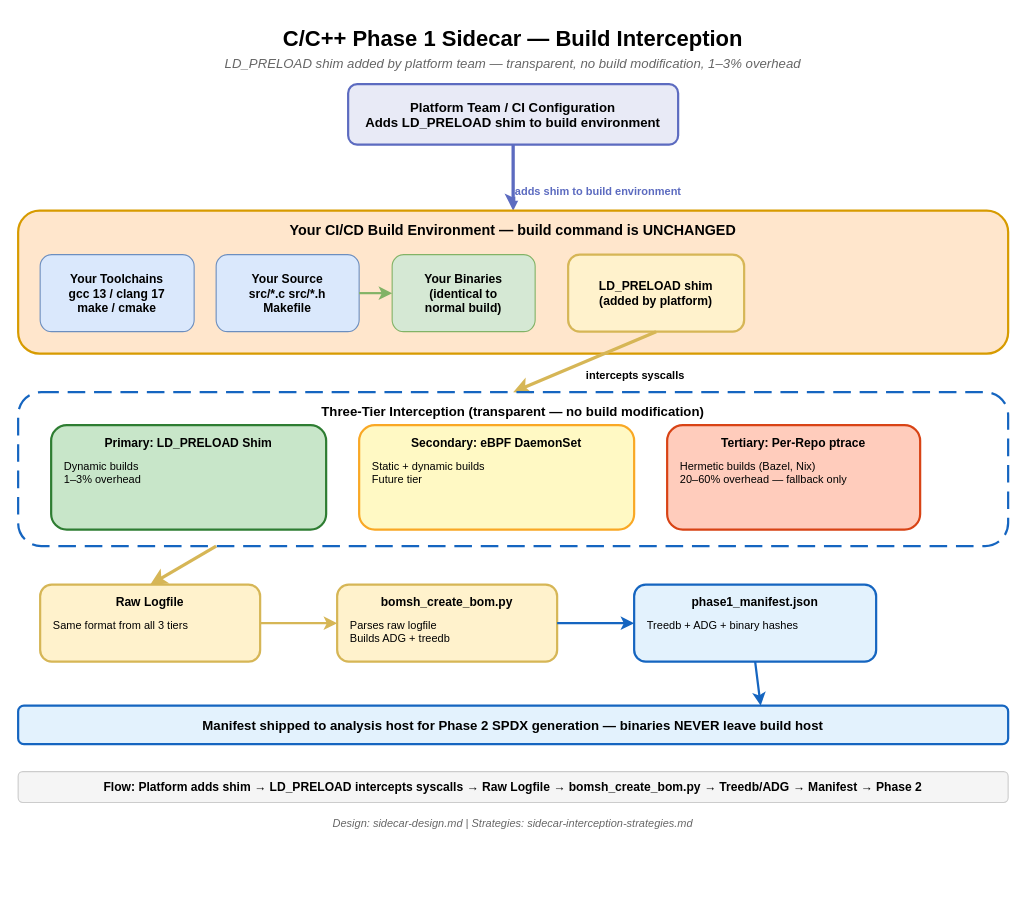
Earlier version of the draw.io diagram docs/sidecar/c-cpp/c-cpp-sidecar-mode.drawio (tedg-dev/bisbom-gen). Source tidied: cells renumbered, new cells numbered last; positions are measured from the earlier drawing's top-left corner, leaving out a move shared by most shapes. Both pictures are drawn from the tidied source at 110%, with x=0, y=0 at pixel (18, 18).
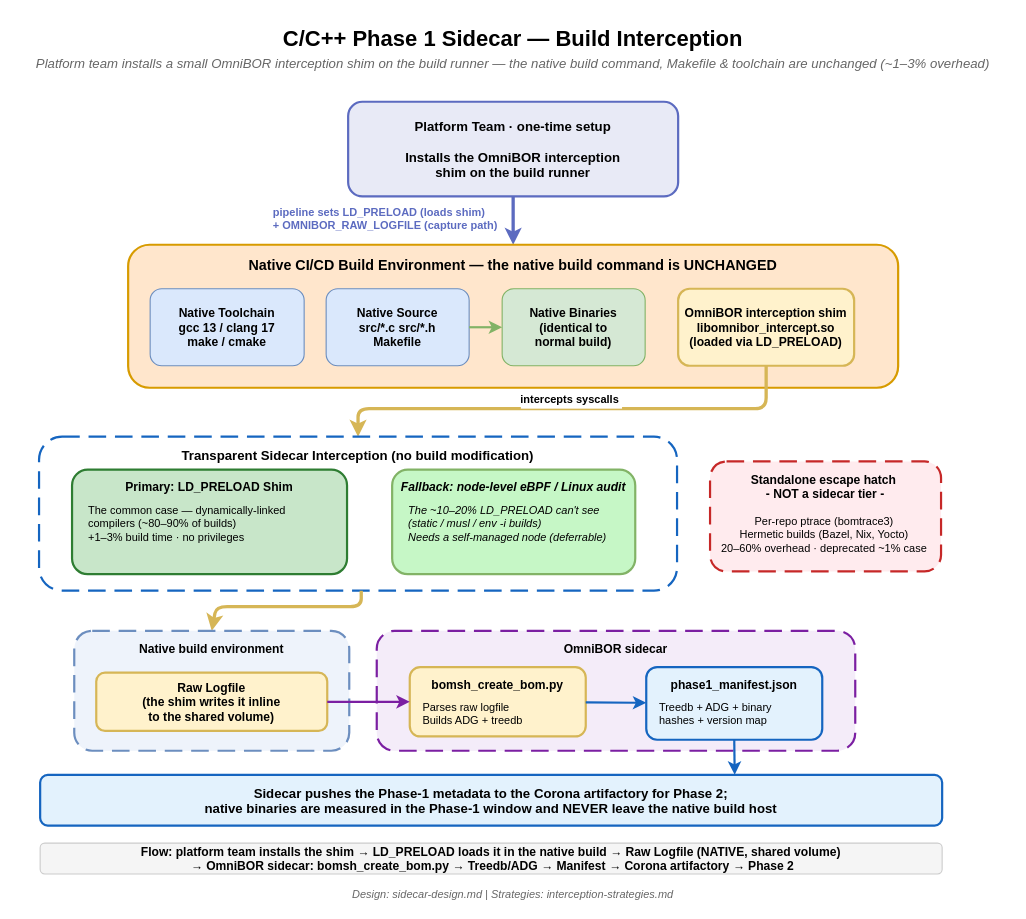
Above is the later version.

The edit, as a diff of the source:
```diff
@@
-    <mxCell id="3" value="LD_PRELOAD shim added by platform team — transparent, no build modification, 1–3% overhead" style="text;fontSize=12;fontStyle=2;align=center;fillColor=none;strokeColor=none;fontColor=#666666;" parent="1" vertex="1">
+    <mxCell id="3" value="Platform team installs a small OmniBOR interception shim on the build runner — the native build command, Makefile &amp; toolchain are unchanged (~1–3% overhead)" style="text;fontSize=12;fontStyle=2;align=center;fillColor=none;strokeColor=none;fontColor=#666666;" parent="1" vertex="1">
       <mxGeometry x="75" y="28" width="750" height="18" as="geometry" />
     </mxCell>
-    <mxCell id="4" value="Platform Team / CI Configuration&#10;Adds LD_PRELOAD shim to build environment" style="rounded=1;fillColor=#e8eaf6;strokeColor=#5c6bc0;strokeWidth=2;fontSize=12;fontStyle=1;verticalAlign=middle;align=center;" parent="1" vertex="1">
-      <mxGeometry x="300" y="60" width="300" height="55" as="geometry" />
+    <mxCell id="4" value="Platform Team · one-time setup&#10;&#10;Installs the OmniBOR interception&#10;shim on the build runner" style="rounded=1;fillColor=#e8eaf6;strokeColor=#5c6bc0;strokeWidth=2;fontSize=12;fontStyle=1;verticalAlign=middle;align=center;" parent="1" vertex="1">
+      <mxGeometry x="300" y="76" width="300" height="86" as="geometry" />
     </mxCell>
-    <mxCell id="5" style="endArrow=classic;strokeColor=#5c6bc0;strokeWidth=3;exitX=0.5;exitY=1;exitDx=0;exitDy=0;entryX=0.5;entryY=0;entryDx=0;entryDy=0;" parent="1" edge="1" source="4" target="7">
+    <mxCell id="5" style="endArrow=classic;strokeColor=#5c6bc0;strokeWidth=3;entryX=0.5;entryY=0;entryDx=0;entryDy=0;" parent="1" edge="1" source="4" target="7">
       <mxGeometry relative="1" as="geometry" />
     </mxCell>
-    <mxCell id="6" value="adds shim to build environment" style="edgeLabel;fontSize=10;fillColor=#FFFFFF;strokeColor=none;fontStyle=1;fontColor=#5c6bc0;" parent="5" vertex="1">
-      <mxGeometry relative="1" as="geometry" />
+    <mxCell id="6" value="pipeline sets LD_PRELOAD (loads shim)&#10;+ OMNIBOR_RAW_LOGFILE (capture path)" style="edgeLabel;fontSize=10;fillColor=#FFFFFF;strokeColor=none;fontStyle=1;fontColor=#5c6bc0;" parent="5" vertex="1">
+      <mxGeometry relative="1" as="geometry">
+        <mxPoint x="-220" y="-20" as="offset" />
+      </mxGeometry>
     </mxCell>
-    <mxCell id="7" value="Your CI/CD Build Environment — build command is UNCHANGED" style="rounded=1;fillColor=#ffe6cc;strokeColor=#d79b00;strokeWidth=2;fontSize=13;fontStyle=1;verticalAlign=top;align=center;spacingTop=4;" parent="1" vertex="1">
-      <mxGeometry y="175" width="900" height="130" as="geometry" />
+    <mxCell id="7" value="Native CI/CD Build Environment — the native build command is UNCHANGED" style="rounded=1;fillColor=#ffe6cc;strokeColor=#d79b00;strokeWidth=2;fontSize=13;fontStyle=1;verticalAlign=top;align=center;spacingTop=4;" parent="1" vertex="1">
+      <mxGeometry x="100" y="206" width="700" height="130" as="geometry" />
     </mxCell>
-    <mxCell id="8" value="Your Toolchains&#10;gcc 13 / clang 17&#10;make / cmake" style="rounded=1;fillColor=#dae8fc;strokeColor=#6c8ebf;fontSize=11;fontStyle=1;verticalAlign=middle;align=center;" parent="1" vertex="1">
-      <mxGeometry x="20" y="215" width="140" height="70" as="geometry" />
+    <mxCell id="8" value="Native Toolchain&#10;gcc 13 / clang 17&#10;make / cmake" style="rounded=1;fillColor=#dae8fc;strokeColor=#6c8ebf;fontSize=11;fontStyle=1;verticalAlign=middle;align=center;" parent="1" vertex="1">
+      <mxGeometry x="120" y="246" width="140" height="70" as="geometry" />
     </mxCell>
-    <mxCell id="9" value="Your Source&#10;src/*.c src/*.h&#10;Makefile" style="rounded=1;fillColor=#dae8fc;strokeColor=#6c8ebf;fontSize=11;fontStyle=1;verticalAlign=middle;align=center;" parent="1" vertex="1">
-      <mxGeometry x="180" y="215" width="130" height="70" as="geometry" />
+    <mxCell id="9" value="Native Source&#10;src/*.c src/*.h&#10;Makefile" style="rounded=1;fillColor=#dae8fc;strokeColor=#6c8ebf;fontSize=11;fontStyle=1;verticalAlign=middle;align=center;" parent="1" vertex="1">
+      <mxGeometry x="280" y="246" width="130" height="70" as="geometry" />
     </mxCell>
-    <mxCell id="10" value="Your Binaries&#10;(identical to&#10;normal build)" style="rounded=1;fillColor=#d5e8d4;strokeColor=#82b366;fontSize=11;fontStyle=1;verticalAlign=middle;align=center;" parent="1" vertex="1">
-      <mxGeometry x="340" y="215" width="130" height="70" as="geometry" />
+    <mxCell id="10" value="Native Binaries&#10;(identical to&#10;normal build)" style="rounded=1;fillColor=#d5e8d4;strokeColor=#82b366;fontSize=11;fontStyle=1;verticalAlign=middle;align=center;" parent="1" vertex="1">
+      <mxGeometry x="440" y="246" width="130" height="70" as="geometry" />
     </mxCell>
-    <mxCell id="11" value="LD_PRELOAD shim&#10;(added by platform)" style="rounded=1;fillColor=#fff2cc;strokeColor=#d6b656;strokeWidth=2;fontSize=11;fontStyle=1;verticalAlign=middle;align=center;" parent="1" vertex="1">
-      <mxGeometry x="500" y="215" width="160" height="70" as="geometry" />
+    <mxCell id="11" value="OmniBOR interception shim&#10;libomnibor_intercept.so&#10;(loaded via LD_PRELOAD)" style="rounded=1;fillColor=#fff2cc;strokeColor=#d6b656;strokeWidth=2;fontSize=11;fontStyle=1;verticalAlign=middle;align=center;" parent="1" vertex="1">
+      <mxGeometry x="600" y="246" width="160" height="70" as="geometry" />
     </mxCell>
@@
     <mxCell id="13" style="endArrow=classic;strokeColor=#d6b656;strokeWidth=3;exitX=0.5;exitY=1;exitDx=0;exitDy=0;entryX=0.5;entryY=0;entryDx=0;entryDy=0;" parent="1" edge="1" source="11" target="15">
-      <mxGeometry relative="1" as="geometry" />
+      <mxGeometry relative="1" as="geometry">
+        <Array as="points">
+          <mxPoint x="680" y="355" />
+          <mxPoint x="309" y="355" />
+        </Array>
+      </mxGeometry>
     </mxCell>
     <mxCell id="14" value="intercepts syscalls" style="edgeLabel;fontSize=10;fillColor=#FFFFFF;strokeColor=none;fontStyle=1;" parent="13" vertex="1">
-      <mxGeometry relative="1" as="geometry" />
+      <mxGeometry relative="1" as="geometry">
+        <mxPoint x="-46" y="-21" as="offset" />
+      </mxGeometry>
     </mxCell>
-    <mxCell id="15" value="Three-Tier Interception (transparent — no build modification)" style="rounded=1;fillColor=none;strokeColor=#1565c0;strokeWidth=2;dashed=1;dashPattern=8 4;fontSize=12;fontStyle=1;verticalAlign=top;align=center;spacingTop=4;" parent="1" vertex="1">
-      <mxGeometry y="340" width="900" height="140" as="geometry" />
+    <mxCell id="15" value="Transparent Sidecar Interception (no build modification)" style="rounded=1;fillColor=none;strokeColor=#1565c0;strokeWidth=2;dashed=1;dashPattern=8 4;fontSize=12;fontStyle=1;verticalAlign=top;align=center;spacingTop=4;" parent="1" vertex="1">
+      <mxGeometry x="19" y="380.5" width="580" height="140" as="geometry" />
     </mxCell>
     <mxCell id="16" value="Primary: LD_PRELOAD Shim" style="rounded=1;fillColor=#c8e6c9;strokeColor=#2e7d32;strokeWidth=2;fontSize=11;fontStyle=1;verticalAlign=top;align=center;spacingTop=3;" parent="1" vertex="1">
-      <mxGeometry x="30" y="370" width="250" height="95" as="geometry" />
+      <mxGeometry x="49" y="410.5" width="250" height="95" as="geometry" />
     </mxCell>
-    <mxCell id="17" value="Dynamic builds&#10;1–3% overhead" style="text;fontSize=10;align=left;fillColor=none;strokeColor=none;spacingLeft=5;" parent="1" vertex="1">
-      <mxGeometry x="35" y="395" width="240" height="45" as="geometry" />
+    <mxCell id="17" value="The common case — dynamically-linked&#10;compilers (~80–90% of builds)&#10;+1–3% build time · no privileges" style="text;fontSize=10;align=left;fillColor=none;strokeColor=none;spacingLeft=5;" parent="1" vertex="1">
+      <mxGeometry x="57" y="435.5" width="203" height="55" as="geometry" />
     </mxCell>
-    <mxCell id="18" value="Secondary: eBPF DaemonSet" style="rounded=1;fillColor=#fff9c4;strokeColor=#f9a825;strokeWidth=2;fontSize=11;fontStyle=1;verticalAlign=top;align=center;spacingTop=3;" parent="1" vertex="1">
-      <mxGeometry x="310" y="370" width="250" height="95" as="geometry" />
+    <mxCell id="18" value="Fallback: node-level eBPF / Linux audit" style="rounded=1;fillColor=#C6F7C6;strokeColor=#82b366;strokeWidth=2;fontSize=11;fontStyle=3;verticalAlign=top;align=center;spacingTop=3;" parent="1" vertex="1">
+      <mxGeometry x="340" y="410.5" width="221" height="95" as="geometry" />
     </mxCell>
-    <mxCell id="19" value="Static + dynamic builds&#10;Future tier" style="text;fontSize=10;align=left;fillColor=none;strokeColor=none;spacingLeft=5;" parent="1" vertex="1">
-      <mxGeometry x="315" y="395" width="240" height="45" as="geometry" />
+    <mxCell id="19" value="The ~10–20% LD_PRELOAD can't see&#10;(static / musl / env -i builds)&#10;Needs a self-managed node (deferrable)" style="text;fontSize=10;align=left;fillColor=none;strokeColor=none;spacingLeft=5;fontStyle=2;" parent="1" vertex="1">
+      <mxGeometry x="348" y="435.5" width="213" height="55" as="geometry" />
     </mxCell>
-    <mxCell id="20" value="Tertiary: Per-Repo ptrace" style="rounded=1;fillColor=#ffccbc;strokeColor=#d84315;strokeWidth=2;fontSize=11;fontStyle=1;verticalAlign=top;align=center;spacingTop=3;" parent="1" vertex="1">
-      <mxGeometry x="590" y="370" width="230" height="95" as="geometry" />
+    <mxCell id="20" value="Standalone escape hatch &#10;- NOT a sidecar tier -" style="rounded=1;fillColor=#ffebee;strokeColor=#c62828;strokeWidth=2;dashed=1;dashPattern=8 4;fontSize=11;fontStyle=1;verticalAlign=top;align=center;spacingTop=4;" parent="1" vertex="1">
+      <mxGeometry x="629" y="403" width="210" height="100" as="geometry" />
     </mxCell>
-    <mxCell id="21" value="Hermetic builds (Bazel, Nix)&#10;20–60% overhead — fallback only" style="text;fontSize=10;align=left;fillColor=none;strokeColor=none;spacingLeft=5;" parent="1" vertex="1">
-      <mxGeometry x="595" y="395" width="220" height="45" as="geometry" />
+    <mxCell id="21" value="Per-repo ptrace (bomtrace3)&#10;Hermetic builds (Bazel, Nix, Yocto)&#10;20–60% overhead · deprecated ~1% case" style="text;fontSize=10;align=center;fillColor=none;strokeColor=none;" parent="1" vertex="1">
+      <mxGeometry x="633" y="445.5" width="200" height="60" as="geometry" />
     </mxCell>
-    <mxCell id="22" style="endArrow=classic;strokeColor=#d6b656;strokeWidth=3;exitX=0.2;exitY=1;exitDx=0;exitDy=0;entryX=0.5;entryY=0;entryDx=0;entryDy=0;" parent="1" edge="1" source="15" target="23">
-      <mxGeometry relative="1" as="geometry" />
+    <mxCell id="22" style="endArrow=classic;strokeColor=#d6b656;strokeWidth=3;exitX=0.505;exitY=1.001;exitDx=0;exitDy=0;entryX=0.5;entryY=0;entryDx=0;entryDy=0;exitPerimeter=0;" parent="1" edge="1" source="15" target="35">
+      <mxGeometry relative="1" as="geometry">
+        <Array as="points">
+          <mxPoint x="311.9" y="535" />
+          <mxPoint x="180" y="535" />
+        </Array>
+      </mxGeometry>
     </mxCell>
+    <mxCell id="35" value="Native build environment" style="rounded=1;fillColor=#eef3fb;strokeColor=#6c8ebf;strokeWidth=2;dashed=1;dashPattern=8 4;fontSize=11;fontStyle=1;verticalAlign=top;align=center;spacingTop=4;" parent="1" vertex="1">
+      <mxGeometry x="51" y="557" width="250" height="109" as="geometry" />
+    </mxCell>
-    <mxCell id="23" value="Raw Logfile" style="rounded=1;fillColor=#fff2cc;strokeColor=#d6b656;strokeWidth=2;fontSize=11;fontStyle=1;verticalAlign=top;align=center;spacingTop=3;" parent="1" vertex="1">
-      <mxGeometry x="20" y="515" width="200" height="70" as="geometry" />
+    <mxCell id="23" value="Raw Logfile&#10;(the shim writes it inline&#10;to the shared volume)" style="rounded=1;fillColor=#fff2cc;strokeColor=#d6b656;strokeWidth=2;fontSize=11;fontStyle=1;verticalAlign=middle;align=center;" parent="1" vertex="1">
+      <mxGeometry x="71" y="595" width="210" height="53" as="geometry" />
     </mxCell>
-    <mxCell id="24" value="Same format from all 3 tiers" style="text;fontSize=10;align=left;fillColor=none;strokeColor=none;spacingLeft=5;" parent="1" vertex="1">
-      <mxGeometry x="25" y="540" width="190" height="30" as="geometry" />
-    </mxCell>
+    <mxCell id="36" value="OmniBOR sidecar" style="rounded=1;fillColor=#f4ecf9;strokeColor=#7b1fa2;strokeWidth=2;dashed=1;dashPattern=8 4;fontSize=11;fontStyle=1;verticalAlign=top;align=center;spacingTop=4;" parent="1" vertex="1">
+      <mxGeometry x="326" y="557" width="435" height="109" as="geometry" />
+    </mxCell>
     <mxCell id="25" value="bomsh_create_bom.py" style="rounded=1;fillColor=#fff2cc;strokeColor=#d6b656;strokeWidth=2;fontSize=11;fontStyle=1;verticalAlign=top;align=center;spacingTop=3;" parent="1" vertex="1">
-      <mxGeometry x="290" y="515" width="200" height="70" as="geometry" />
+      <mxGeometry x="356" y="590" width="160" height="63" as="geometry" />
     </mxCell>
     <mxCell id="26" value="Parses raw logfile&#10;Builds ADG + treedb" style="text;fontSize=10;align=left;fillColor=none;strokeColor=none;spacingLeft=5;" parent="1" vertex="1">
-      <mxGeometry x="295" y="540" width="190" height="30" as="geometry" />
+      <mxGeometry x="361" y="614" width="125" height="28" as="geometry" />
     </mxCell>
     <mxCell id="27" value="phase1_manifest.json" style="rounded=1;fillColor=#e3f2fd;strokeColor=#1565c0;strokeWidth=2;fontSize=11;fontStyle=1;verticalAlign=top;align=center;spacingTop=3;" parent="1" vertex="1">
-      <mxGeometry x="560" y="515" width="220" height="70" as="geometry" />
+      <mxGeometry x="571" y="590" width="160" height="66" as="geometry" />
     </mxCell>
-    <mxCell id="28" value="Treedb + ADG + binary hashes" style="text;fontSize=10;align=left;fillColor=none;strokeColor=none;spacingLeft=5;" parent="1" vertex="1">
-      <mxGeometry x="565" y="540" width="210" height="30" as="geometry" />
+    <mxCell id="28" value="Treedb + ADG + binary&#10;hashes + version map" style="text;fontSize=10;align=left;fillColor=none;strokeColor=none;spacingLeft=5;" parent="1" vertex="1">
+      <mxGeometry x="576" y="614" width="125" height="28" as="geometry" />
     </mxCell>
-    <mxCell id="29" style="endArrow=classic;strokeColor=#d6b656;strokeWidth=2;" parent="1" edge="1" source="23" target="25">
+    <mxCell id="29" style="endArrow=classic;strokeColor=#7b1fa2;strokeWidth=2;entryX=0;entryY=0.5;entryDx=0;entryDy=0;exitX=1;exitY=0.5;exitDx=0;exitDy=0;" parent="1" edge="1" source="23" target="25">
       <mxGeometry relative="1" as="geometry" />
     </mxCell>
@@
-    <mxCell id="31" value="Manifest shipped to analysis host for Phase 2 SPDX generation — binaries NEVER leave build host" style="rounded=1;fillColor=#e3f2fd;strokeColor=#1565c0;strokeWidth=2;fontSize=12;fontStyle=1;align=center;verticalAlign=middle;" parent="1" vertex="1">
-      <mxGeometry y="625" width="900" height="35" as="geometry" />
+    <mxCell id="31" value="Sidecar pushes the Phase-1 metadata to the Corona artifactory for Phase 2;&#10;native binaries are measured in the Phase-1 window and NEVER leave the native build host" style="rounded=1;fillColor=#e3f2fd;strokeColor=#1565c0;strokeWidth=2;fontSize=12;fontStyle=1;align=center;verticalAlign=middle;" parent="1" vertex="1">
+      <mxGeometry x="20" y="688" width="820" height="46" as="geometry" />
     </mxCell>
-    <mxCell id="32" style="endArrow=classic;strokeColor=#1565c0;strokeWidth=2;exitX=0.5;exitY=1;exitDx=0;exitDy=0;entryX=0.75;entryY=0;entryDx=0;entryDy=0;" parent="1" edge="1" source="27" target="31">
+    <mxCell id="32" style="endArrow=classic;strokeColor=#1565c0;strokeWidth=2;exitX=0.5;exitY=1;exitDx=0;exitDy=0;entryX=0.77;entryY=-0.004;entryDx=0;entryDy=0;entryPerimeter=0;" parent="1" edge="1" source="27" target="31">
       <mxGeometry relative="1" as="geometry" />
     </mxCell>
-    <mxCell id="33" value="Flow: Platform adds shim → LD_PRELOAD intercepts syscalls → Raw Logfile → bomsh_create_bom.py → Treedb/ADG → Manifest → Phase 2" style="rounded=1;fillColor=#f5f5f5;strokeColor=#cccccc;fontSize=11;fontStyle=1;align=center;verticalAlign=middle;" parent="1" vertex="1">
-      <mxGeometry y="685" width="900" height="28" as="geometry" />
+    <mxCell id="33" value="Flow: platform team installs the shim → LD_PRELOAD loads it in the native build → Raw Logfile (NATIVE, shared volume)&#10; → OmniBOR sidecar: bomsh_create_bom.py → Treedb/ADG → Manifest → Corona artifactory → Phase 2" style="rounded=1;fillColor=#f5f5f5;strokeColor=#cccccc;fontSize=11;fontStyle=1;align=center;verticalAlign=middle;" parent="1" vertex="1">
+      <mxGeometry x="20" y="750" width="820" height="28" as="geometry" />
     </mxCell>
-    <mxCell id="34" value="Design: sidecar-design.md  |  Strategies: sidecar-interception-strategies.md" style="text;fontSize=10;fontStyle=2;align=center;fillColor=none;strokeColor=none;fontColor=#666666;" parent="1" vertex="1">
-      <mxGeometry x="150" y="720" width="600" height="18" as="geometry" />
+    <mxCell id="34" value="Design: sidecar-design.md  |  Strategies: interception-strategies.md" style="text;fontSize=10;fontStyle=2;align=center;fillColor=none;strokeColor=none;fontColor=#666666;" parent="1" vertex="1">
+      <mxGeometry x="150" y="784.5" width="600" height="18" as="geometry" />
     </mxCell>
```
